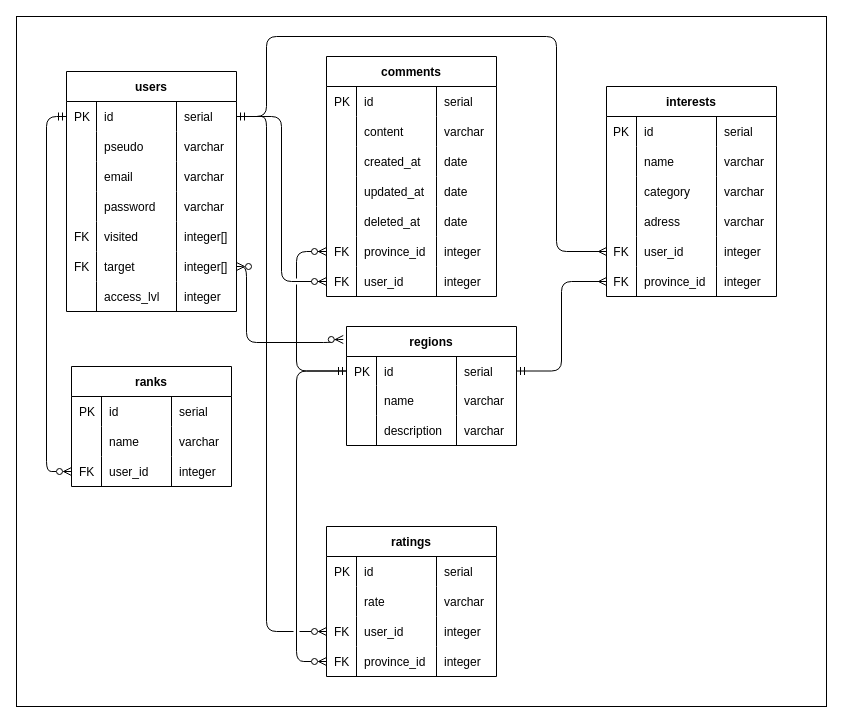
kevinbatard/japan_back keeps this draw.io diagram as conception/ERD.drawio. Above is the earlier version. Source tidied: cells renumbered, new cells numbered last; positions are measured from the earlier drawing's top-left corner, leaving out a move shared by most shapes. Both pictures are drawn from the tidied source at 100%, with x=0, y=0 at pixel (16, 16).
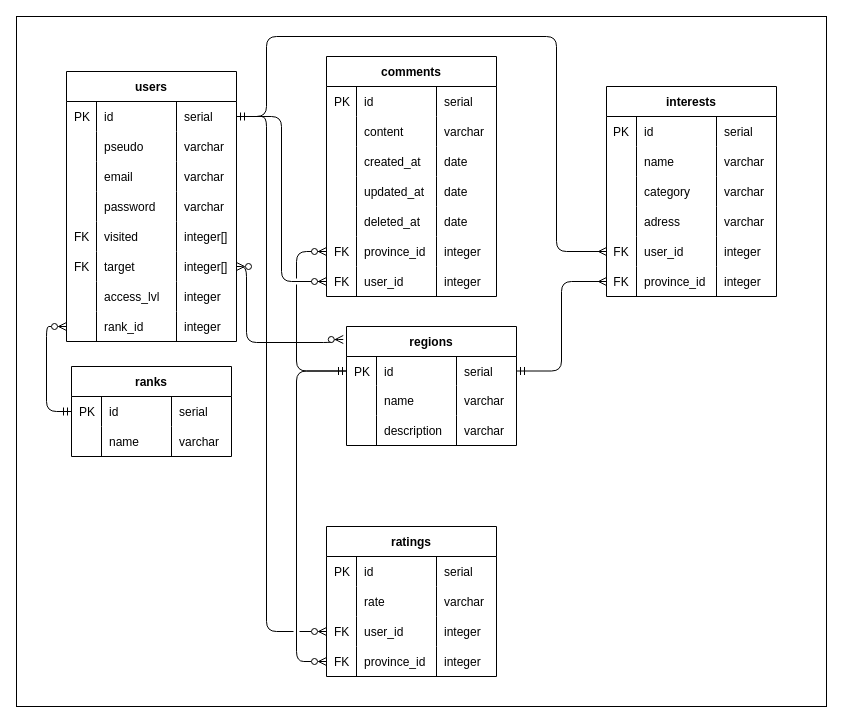
The same diagram, later.

Unchanged cells that the change refers to:
```xml
<mxCell id="4" style="shape=tableRow;horizontal=0;startSize=0;swimlaneHead=0;swimlaneBody=0;fillColor=none;points=[[0,0.5],[1,0.5]];portConstraint=eastwest;top=0;left=0;right=0;bottom=0;" parent="3" vertex="1">
  <mxGeometry y="30" width="170" height="30" as="geometry" />
</mxCell>
<mxCell id="92" style="shape=tableRow;horizontal=0;startSize=0;swimlaneHead=0;swimlaneBody=0;fillColor=none;points=[[0,0.5],[1,0.5]];portConstraint=eastwest;top=0;left=0;right=0;bottom=0;" parent="91" vertex="1">
  <mxGeometry y="30" width="160" height="30" as="geometry" />
</mxCell>
```

Diff of the diagram source:
```diff
@@
     <mxCell id="3" value="users" style="shape=table;startSize=30;childLayout=tableLayout;rowLines=0;fontStyle=1;align=center;" parent="1" vertex="1">
-      <mxGeometry x="50" y="55" width="170" height="240" as="geometry" />
+      <mxGeometry x="50" y="55" width="170" height="270" as="geometry" />
     </mxCell>
@@
+    <mxCell id="137" style="shape=tableRow;horizontal=0;startSize=0;swimlaneHead=0;swimlaneBody=0;fillColor=none;points=[[0,0.5],[1,0.5]];portConstraint=eastwest;top=0;left=0;right=0;bottom=0;" parent="3" vertex="1">
+      <mxGeometry y="240" width="170" height="30" as="geometry" />
+    </mxCell>
+    <mxCell id="138" style="shape=partialRectangle;fillColor=none;top=0;left=0;bottom=0;right=0;align=left;spacingLeft=6;overflow=hidden;" parent="137" vertex="1">
+      <mxGeometry width="30" height="30" as="geometry" />
+    </mxCell>
+    <mxCell id="139" value="rank_id" style="shape=partialRectangle;fillColor=none;top=0;left=0;bottom=0;right=0;align=left;spacingLeft=6;overflow=hidden;" parent="137" vertex="1">
+      <mxGeometry x="30" width="80" height="30" as="geometry" />
+    </mxCell>
+    <mxCell id="103" value="integer" style="shape=partialRectangle;fillColor=none;top=0;left=0;bottom=0;right=0;align=left;spacingLeft=6;overflow=hidden;" parent="137" vertex="1">
+      <mxGeometry x="110" width="60" height="30" as="geometry" />
+    </mxCell>
@@
     <mxCell id="91" value="ranks" style="shape=table;startSize=30;childLayout=tableLayout;rowLines=0;fontStyle=1;align=center;" parent="1" vertex="1">
-      <mxGeometry x="55" y="350" width="160" height="120" as="geometry" />
+      <mxGeometry x="55" y="350" width="160" height="90" as="geometry" />
     </mxCell>
@@
-    <mxCell id="100" style="shape=tableRow;horizontal=0;startSize=0;swimlaneHead=0;swimlaneBody=0;fillColor=none;points=[[0,0.5],[1,0.5]];portConstraint=eastwest;top=0;left=0;right=0;bottom=0;" parent="91" vertex="1">
-      <mxGeometry y="90" width="160" height="30" as="geometry" />
-    </mxCell>
-    <mxCell id="101" value="FK" style="shape=partialRectangle;fillColor=none;top=0;left=0;bottom=0;right=0;align=left;spacingLeft=6;overflow=hidden;" parent="100" vertex="1">
-      <mxGeometry width="30" height="30" as="geometry" />
-    </mxCell>
-    <mxCell id="102" value="user_id" style="shape=partialRectangle;fillColor=none;top=0;left=0;bottom=0;right=0;align=left;spacingLeft=6;overflow=hidden;" parent="100" vertex="1">
-      <mxGeometry x="30" width="70" height="30" as="geometry" />
-    </mxCell>
-    <mxCell id="103" value="integer" style="shape=partialRectangle;fillColor=none;top=0;left=0;bottom=0;right=0;align=left;spacingLeft=6;overflow=hidden;" parent="100" vertex="1">
-      <mxGeometry x="100" width="60" height="30" as="geometry" />
-    </mxCell>
@@
-    <mxCell id="108" style="fontSize=12;html=1;endArrow=ERzeroToMany;startArrow=ERmandOne;entryX=0;entryY=0.5;entryDx=0;entryDy=0;startFill=0;edgeStyle=orthogonalEdgeStyle;exitX=0;exitY=0.5;exitDx=0;exitDy=0;endFill=0;" parent="1" edge="1" source="4" target="100">
-      <mxGeometry relative="1" as="geometry">
-        <Array as="points">
-          <mxPoint x="30" y="100" />
-          <mxPoint x="30" y="455" />
-        </Array>
-      </mxGeometry>
-    </mxCell>
@@
+    <mxCell id="108" style="fontSize=12;html=1;endArrow=ERzeroToMany;startArrow=ERmandOne;entryX=0;entryY=0.5;entryDx=0;entryDy=0;startFill=0;edgeStyle=orthogonalEdgeStyle;endFill=0;exitX=0;exitY=0.5;exitDx=0;exitDy=0;" parent="1" edge="1" source="92" target="137">
+      <mxGeometry relative="1" as="geometry">
+        <Array as="points">
+          <mxPoint x="30" y="395" />
+          <mxPoint x="30" y="310" />
+        </Array>
+      </mxGeometry>
+    </mxCell>
```
